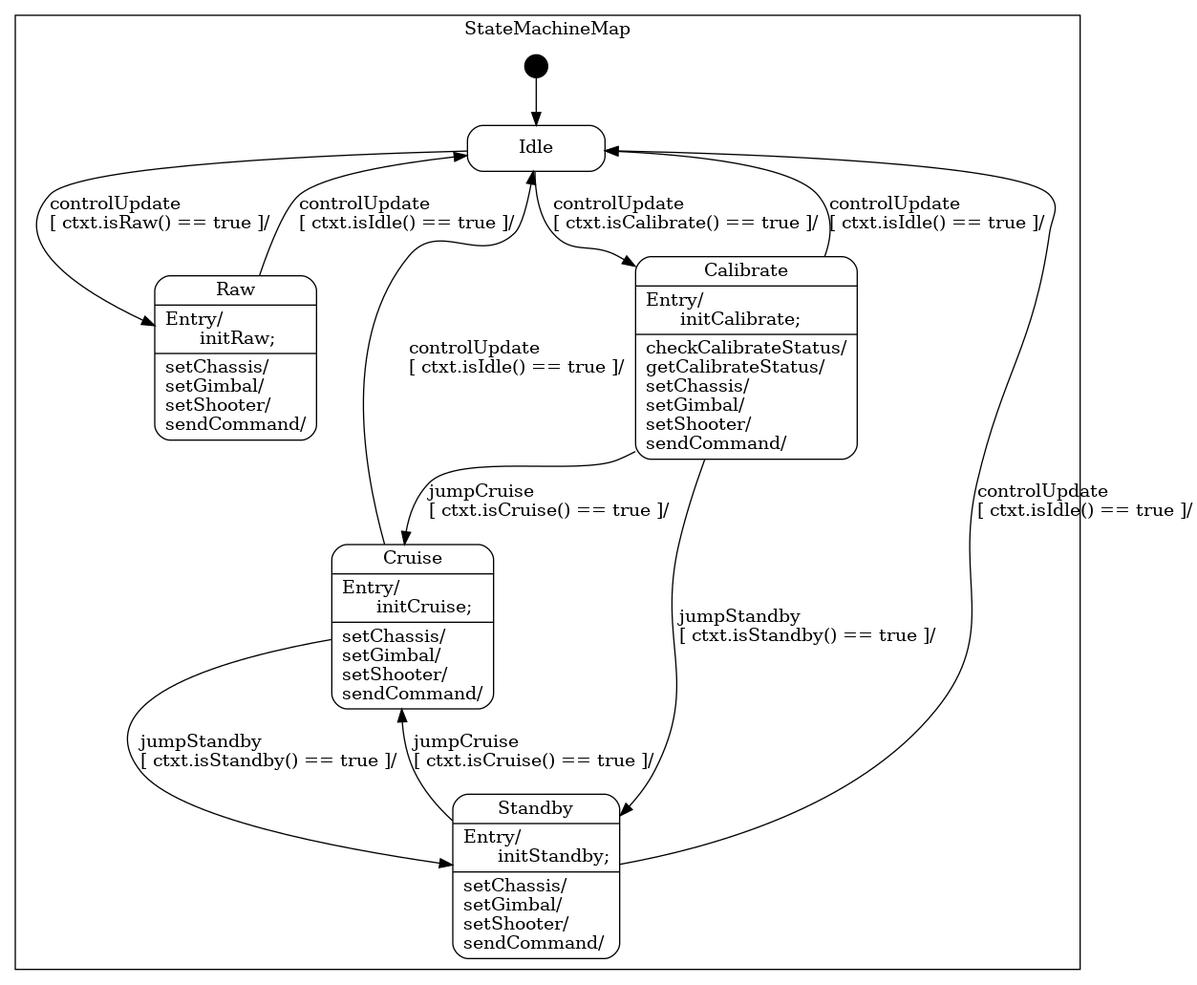
Above: state_machine/StateMachine_sm.png in rm-controls/rm_fsm (Graphviz), before the change. Its source is kept beside it as state_machine/StateMachine_sm.dot.
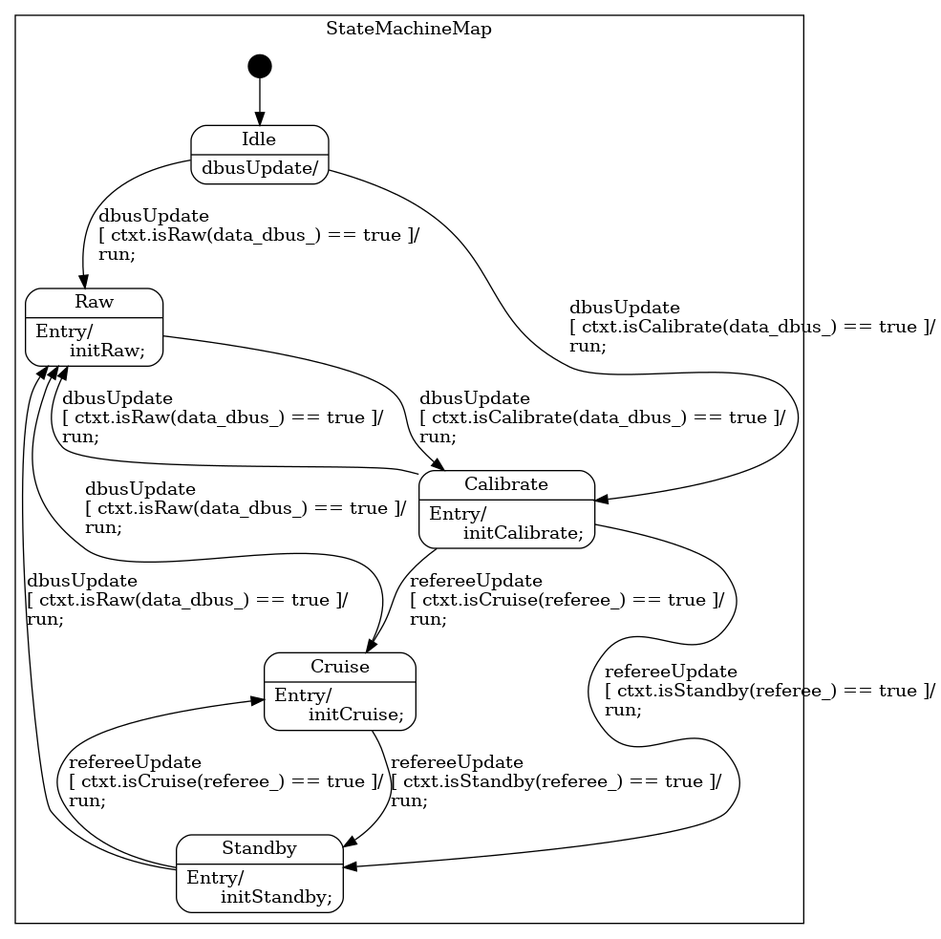
Later version of the same file.

Change to the diagram source:
```diff
@@ -9,53 +9,53 @@
 
 
         "StateMachineMap::Idle"
-            [label="{Idle}"];
+            [label="{Idle|dbusUpdate/\l}"];
 
         "StateMachineMap::Raw"
-            [label="{Raw|Entry/\l&nbsp;&nbsp;&nbsp;initRaw;\l|setChassis/\lsetGimbal/\lsetShooter/\lsendCommand/\l}"];
+            [label="{Raw|Entry/\l&nbsp;&nbsp;&nbsp;initRaw;\l}"];
 
         "StateMachineMap::Calibrate"
-            [label="{Calibrate|Entry/\l&nbsp;&nbsp;&nbsp;initCalibrate;\l|checkCalibrateStatus/\lgetCalibrateStatus/\lsetChassis/\lsetGimbal/\lsetShooter/\lsendCommand/\l}"];
+            [label="{Calibrate|Entry/\l&nbsp;&nbsp;&nbsp;initCalibrate;\l}"];
 
         "StateMachineMap::Standby"
-            [label="{Standby|Entry/\l&nbsp;&nbsp;&nbsp;initStandby;\l|setChassis/\lsetGimbal/\lsetShooter/\lsendCommand/\l}"];
+            [label="{Standby|Entry/\l&nbsp;&nbsp;&nbsp;initStandby;\l}"];
 
         "StateMachineMap::Cruise"
-            [label="{Cruise|Entry/\l&nbsp;&nbsp;&nbsp;initCruise;\l|setChassis/\lsetGimbal/\lsetShooter/\lsendCommand/\l}"];
+            [label="{Cruise|Entry/\l&nbsp;&nbsp;&nbsp;initCruise;\l}"];
 
         "%start"
             [label="" shape=circle style=filled fillcolor=black width=0.25];
 
 
         "StateMachineMap::Idle" -> "StateMachineMap::Calibrate"
-            [label="controlUpdate\l\[ ctxt.isCalibrate() == true \]/\l"];
+            [label="dbusUpdate\l\[ ctxt.isCalibrate(data_dbus_) == true \]/\lrun;\l"];
 
         "StateMachineMap::Idle" -> "StateMachineMap::Raw"
-            [label="controlUpdate\l\[ ctxt.isRaw() == true \]/\l"];
+            [label="dbusUpdate\l\[ ctxt.isRaw(data_dbus_) == true \]/\lrun;\l"];
 
-        "StateMachineMap::Raw" -> "StateMachineMap::Idle"
-            [label="controlUpdate\l\[ ctxt.isIdle() == true \]/\l"];
+        "StateMachineMap::Raw" -> "StateMachineMap::Calibrate"
+            [label="dbusUpdate\l\[ ctxt.isCalibrate(data_dbus_) == true \]/\lrun;\l"];
 
         "StateMachineMap::Calibrate" -> "StateMachineMap::Standby"
-            [label="jumpStandby\l\[ ctxt.isStandby() == true \]/\l"];
+            [label="refereeUpdate\l\[ ctxt.isStandby(referee_) == true \]/\lrun;\l"];
 
         "StateMachineMap::Calibrate" -> "StateMachineMap::Cruise"
-            [label="jumpCruise\l\[ ctxt.isCruise() == true \]/\l"];
+            [label="refereeUpdate\l\[ ctxt.isCruise(referee_) == true \]/\lrun;\l"];
 
-        "StateMachineMap::Calibrate" -> "StateMachineMap::Idle"
-            [label="controlUpdate\l\[ ctxt.isIdle() == true \]/\l"];
+        "StateMachineMap::Calibrate" -> "StateMachineMap::Raw"
+            [label="dbusUpdate\l\[ ctxt.isRaw(data_dbus_) == true \]/\lrun;\l"];
 
         "StateMachineMap::Standby" -> "StateMachineMap::Cruise"
-            [label="jumpCruise\l\[ ctxt.isCruise() == true \]/\l"];
+            [label="refereeUpdate\l\[ ctxt.isCruise(referee_) == true \]/\lrun;\l"];
 
-        "StateMachineMap::Standby" -> "StateMachineMap::Idle"
-            [label="controlUpdate\l\[ ctxt.isIdle() == true \]/\l"];
+        "StateMachineMap::Standby" -> "StateMachineMap::Raw"
+            [label="dbusUpdate\l\[ ctxt.isRaw(data_dbus_) == true \]/\lrun;\l"];
 
         "StateMachineMap::Cruise" -> "StateMachineMap::Standby"
-            [label="jumpStandby\l\[ ctxt.isStandby() == true \]/\l"];
+            [label="refereeUpdate\l\[ ctxt.isStandby(referee_) == true \]/\lrun;\l"];
 
-        "StateMachineMap::Cruise" -> "StateMachineMap::Idle"
-            [label="controlUpdate\l\[ ctxt.isIdle() == true \]/\l"];
+        "StateMachineMap::Cruise" -> "StateMachineMap::Raw"
+            [label="dbusUpdate\l\[ ctxt.isRaw(data_dbus_) == true \]/\lrun;\l"];
 
         "%start" -> "StateMachineMap::Idle"
     }
```
